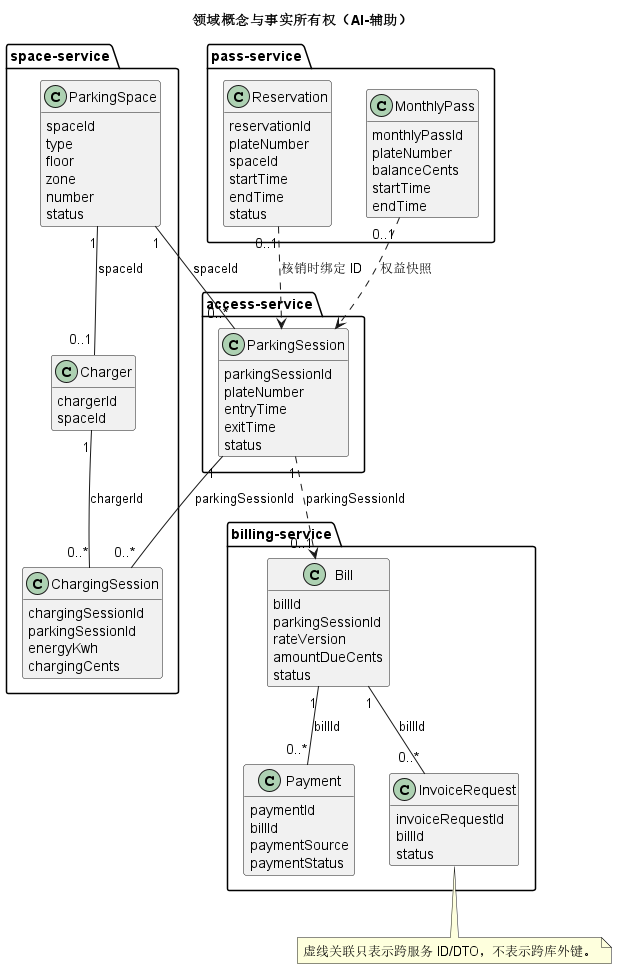
Above: models/rendered/02-domain-model.png in Gindama713/UMLWORK (PlantUML), before the change. The source it was exported from:
```plantuml
@startuml
title 领域概念与事实所有权（AI-辅助）
hide methods
package "space-service" {
  class ParkingSpace {
    spaceId
    type
    floor
    zone
    number
    status
  }
  class Charger {
    chargerId
    spaceId
  }
  class ChargingSession {
    chargingSessionId
    parkingSessionId
    energyKwh
    chargingCents
  }
}
package "access-service" {
  class ParkingSession {
    parkingSessionId
    plateNumber
    entryTime
    exitTime
    status
  }
}
package "pass-service" {
  class Reservation {
    reservationId
    plateNumber
    spaceId
    startTime
    endTime
    status
  }
  class MonthlyPass {
    monthlyPassId
    plateNumber
    balanceCents
    startTime
    endTime
  }
}
package "billing-service" {
  class Bill {
    billId
    parkingSessionId
    rateVersion
    amountDueCents
    status
  }
  class Payment {
    paymentId
    billId
    paymentSource
    paymentStatus
  }
  class InvoiceRequest {
    invoiceRequestId
    billId
    status
  }
}
ParkingSpace "1" -- "0..*" ParkingSession : spaceId
ParkingSpace "1" -- "0..1" Charger : spaceId
Charger "1" -- "0..*" ChargingSession : chargerId
ParkingSession "1" -- "0..*" ChargingSession : parkingSessionId
Reservation "0..1" ..> ParkingSession : 核销时绑定 ID
MonthlyPass "0..1" ..> ParkingSession : 权益快照
ParkingSession "1" ..> "0..1" Bill : parkingSessionId
Bill "1" -- "0..*" Payment : billId
Bill "1" -- "0..*" InvoiceRequest : billId
note bottom
虚线关联只表示跨服务 ID/DTO，不表示跨库外键。
end note
@enduml
```
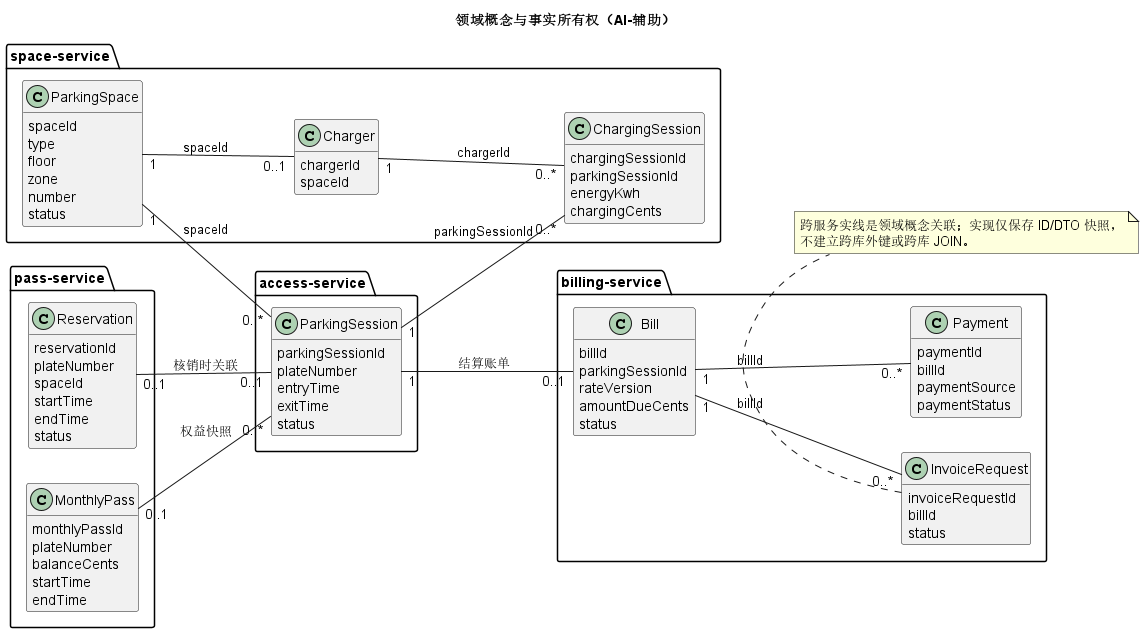
Later version of the same file.

What changed in the source:
```diff
@@ -1,5 +1,6 @@
 @startuml
 title 领域概念与事实所有权（AI-辅助）
+left to right direction
 hide methods
 package "space-service" {
   class ParkingSpace {
@@ -71,12 +72,13 @@
 ParkingSpace "1" -- "0..1" Charger : spaceId
 Charger "1" -- "0..*" ChargingSession : chargerId
 ParkingSession "1" -- "0..*" ChargingSession : parkingSessionId
-Reservation "0..1" ..> ParkingSession : 核销时绑定 ID
-MonthlyPass "0..1" ..> ParkingSession : 权益快照
-ParkingSession "1" ..> "0..1" Bill : parkingSessionId
+Reservation "0..1" -- "0..1" ParkingSession : 核销时关联
+MonthlyPass "0..1" -- "0..*" ParkingSession : 权益快照
+ParkingSession "1" -- "0..1" Bill : 结算账单
 Bill "1" -- "0..*" Payment : billId
 Bill "1" -- "0..*" InvoiceRequest : billId
 note bottom
-虚线关联只表示跨服务 ID/DTO，不表示跨库外键。
+跨服务实线是领域概念关联；实现仅保存 ID/DTO 快照，
+不建立跨库外键或跨库 JOIN。
 end note
 @enduml
```
